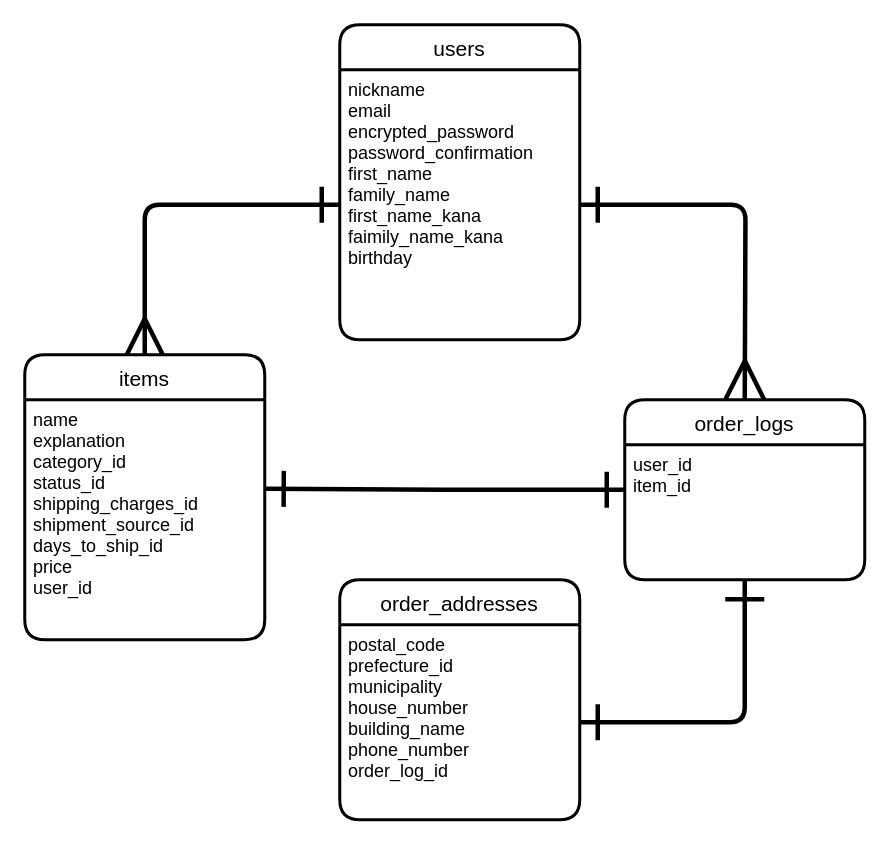
The draw.io diagram test.dio in Chang-Mori/furima-30980, before the edit. Source tidied: cells renumbered, new cells numbered last; positions are measured from the earlier drawing's top-left corner, leaving out a move shared by most shapes. Both pictures are drawn from the tidied source at 150%, with x=0, y=0 at pixel (24, 24).
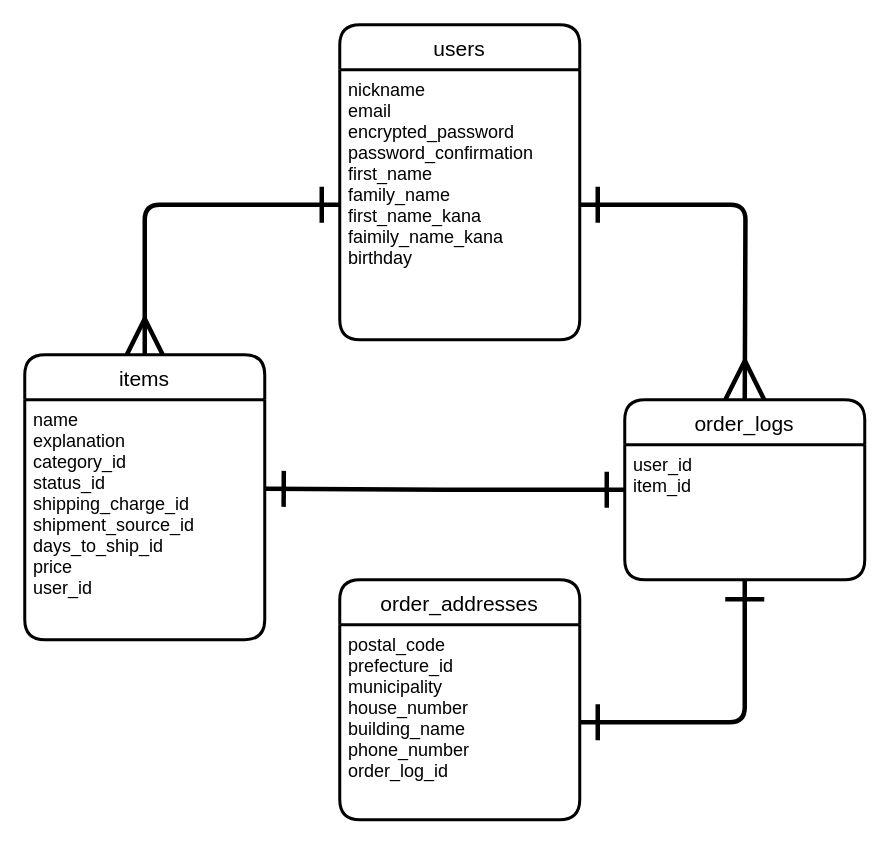
The same page after the edit.

The edit, as a diff of the source:
```diff
@@
 <mxGraphModel>
   <root>
     <mxCell id="0" />
     <mxCell id="1" parent="0" />
     <mxCell id="2" value="items" style="swimlane;horizontal=1;startSize=30;rounded=1;fontSize=14;fontStyle=0;strokeWidth=2;shadow=0;dashed=0;align=center;" parent="1" vertex="1">
       <mxGeometry y="220" width="160" height="190" as="geometry" />
     </mxCell>
-    <mxCell id="3" value="name&#10;explanation&#10;category_id&#10;status_id&#10;shipping_charges_id&#10;shipment_source_id&#10;days_to_ship_id&#10;price&#10;user_id" style="align=left;strokeColor=none;fillColor=none;spacingLeft=4;fontSize=12;verticalAlign=top;" parent="2" vertex="1">
+    <mxCell id="3" value="name&#10;explanation&#10;category_id&#10;status_id&#10;shipping_charge_id&#10;shipment_source_id&#10;days_to_ship_id&#10;price&#10;user_id" style="align=left;strokeColor=none;fillColor=none;spacingLeft=4;fontSize=12;verticalAlign=top;" parent="2" vertex="1">
       <mxGeometry y="30" width="160" height="160" as="geometry" />
     </mxCell>
     <mxCell id="4" style="edgeStyle=orthogonalEdgeStyle;rounded=1;jettySize=auto;html=1;entryX=0.5;entryY=0;entryDx=0;entryDy=0;startArrow=ERone;startFill=0;startSize=20;endArrow=ERmany;endFill=0;endSize=20;strokeWidth=3;" parent="1" edge="1" source="12" target="2">
       <mxGeometry relative="1" as="geometry" />
     </mxCell>
     <mxCell id="5" value="order_addresses" style="swimlane;horizontal=1;startSize=30;rounded=1;fontSize=14;fontStyle=0;strokeWidth=2;shadow=0;dashed=0;align=center;" parent="1" vertex="1">
       <mxGeometry x="210" y="370" width="160" height="160" as="geometry" />
     </mxCell>
     <mxCell id="6" value="postal_code&#10;prefecture_id&#10;municipality&#10;house_number&#10;building_name&#10;phone_number&#10;order_log_id" style="align=left;strokeColor=none;fillColor=none;spacingLeft=4;fontSize=12;verticalAlign=top;" parent="5" vertex="1">
       <mxGeometry y="30" width="160" height="130" as="geometry" />
     </mxCell>
     <mxCell id="7" style="edgeStyle=orthogonalEdgeStyle;rounded=0;jettySize=auto;html=1;exitX=0;exitY=0.5;exitDx=0;exitDy=0;entryX=1.004;entryY=0.371;entryDx=0;entryDy=0;entryPerimeter=0;endArrow=ERone;endFill=0;startArrow=ERone;startFill=0;strokeWidth=3;targetPerimeterSpacing=1;sourcePerimeterSpacing=2;startSize=20;endSize=20;" parent="1" edge="1" source="8" target="3">
       <mxGeometry relative="1" as="geometry" />
     </mxCell>
     <mxCell id="8" value="order_logs" style="swimlane;horizontal=1;startSize=30;rounded=1;fontSize=14;fontStyle=0;strokeWidth=2;shadow=0;dashed=0;align=center;" parent="1" vertex="1">
       <mxGeometry x="400" y="250" width="160" height="120" as="geometry" />
     </mxCell>
     <mxCell id="9" value="user_id&#10;item_id&#10;" style="align=left;strokeColor=none;fillColor=none;spacingLeft=4;fontSize=12;verticalAlign=top;" parent="8" vertex="1">
       <mxGeometry y="30" width="160" height="90" as="geometry" />
     </mxCell>
     <mxCell id="10" style="edgeStyle=orthogonalEdgeStyle;jettySize=auto;html=1;entryX=0.5;entryY=0;entryDx=0;entryDy=0;endArrow=ERmany;endFill=0;rounded=1;startArrow=ERone;startFill=0;endSize=22;startSize=20;exitX=1;exitY=0.5;exitDx=0;exitDy=0;strokeWidth=3;" parent="8" edge="1" source="12">
       <mxGeometry relative="1" as="geometry">
         <mxPoint x="80" as="targetPoint" />
       </mxGeometry>
     </mxCell>
     <mxCell id="11" value="users" style="swimlane;horizontal=1;startSize=30;rounded=1;fontSize=14;fontStyle=0;strokeWidth=2;shadow=0;dashed=0;align=center;" parent="1" vertex="1">
       <mxGeometry x="210" width="160" height="210" as="geometry" />
     </mxCell>
     <mxCell id="12" value="nickname&#10;email&#10;encrypted_password&#10;password_confirmation&#10;first_name&#10;family_name&#10;first_name_kana&#10;faimily_name_kana&#10;birthday&#10;" style="align=left;strokeColor=none;fillColor=none;spacingLeft=4;fontSize=12;verticalAlign=top;" parent="11" vertex="1">
       <mxGeometry y="30" width="160" height="180" as="geometry" />
     </mxCell>
     <mxCell id="13" style="edgeStyle=orthogonalEdgeStyle;jettySize=auto;html=1;endArrow=ERone;endFill=0;rounded=1;startArrow=ERone;startFill=0;endSize=22;startSize=20;strokeWidth=3;entryX=0.5;entryY=1;entryDx=0;entryDy=0;" parent="1" edge="1" source="6" target="9">
       <mxGeometry relative="1" as="geometry" />
     </mxCell>
   </root>
 </mxGraphModel>
```
